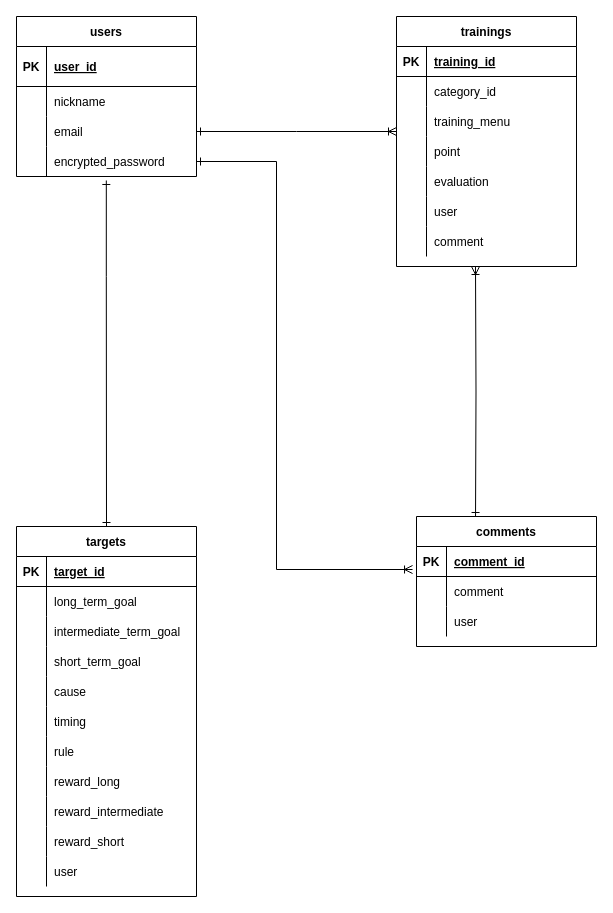
The draw.io diagram training.dio in toshi-1009/training-35041, before the edit. Source tidied: cells renumbered, new cells numbered last; positions are measured from the earlier drawing's top-left corner, leaving out a move shared by most shapes. Both pictures are drawn from the tidied source at 100%, with x=0, y=0 at pixel (16, 16).
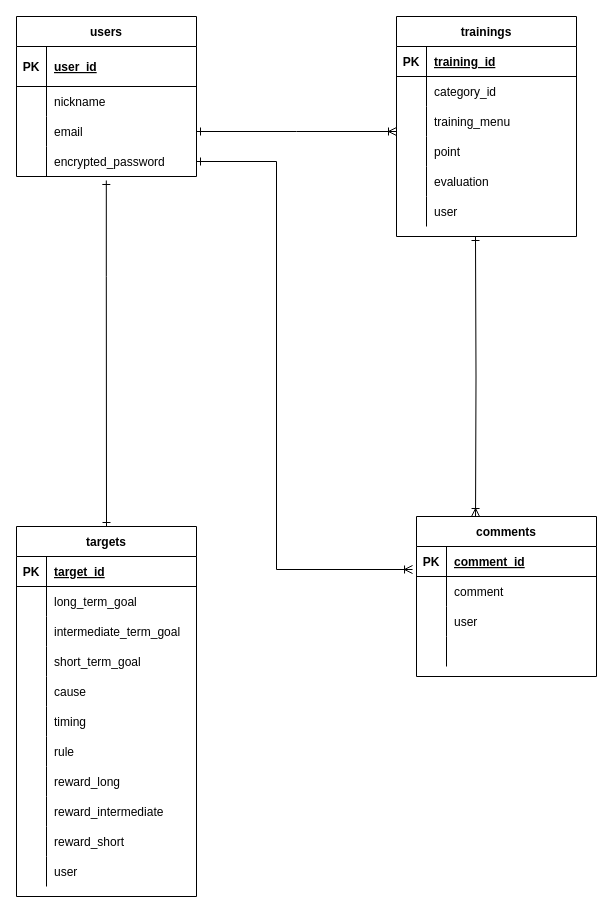
Above is the later version.

Change to the diagram source:
```diff
@@
     <mxCell id="15" value="trainings" style="shape=table;startSize=30;childLayout=tableLayout;rowLines=0;fontStyle=1;align=center;" parent="1" vertex="1">
-      <mxGeometry x="380" width="180" height="250" as="geometry" />
+      <mxGeometry x="380" width="180" height="220" as="geometry" />
     </mxCell>
@@
-    <mxCell id="34" style="shape=partialRectangle;fillColor=none;top=0;left=0;bottom=0;right=0;" parent="15" vertex="1">
-      <mxGeometry y="210" width="180" height="30" as="geometry" />
-    </mxCell>
-    <mxCell id="35" style="shape=partialRectangle;fillColor=none;top=0;left=0;bottom=0;right=0;overflow=hidden;" parent="34" vertex="1">
-      <mxGeometry width="30" height="30" as="geometry" />
-    </mxCell>
-    <mxCell id="36" value="comment" style="shape=partialRectangle;fillColor=none;top=0;left=0;bottom=0;right=0;align=left;spacingLeft=6;overflow=hidden;" parent="34" vertex="1">
-      <mxGeometry x="30" width="150" height="30" as="geometry" />
-    </mxCell>
@@
     <mxCell id="38" value="comments" style="shape=table;startSize=30;childLayout=tableLayout;rowLines=0;fontStyle=1;align=center;" parent="1" vertex="1">
-      <mxGeometry x="400" y="500" width="180" height="130" as="geometry" />
+      <mxGeometry x="400" y="500" width="180" height="160" as="geometry" />
     </mxCell>
@@
+    <mxCell id="86" style="shape=partialRectangle;fillColor=none;top=0;left=0;bottom=0;right=0;" parent="38" vertex="1">
+      <mxGeometry y="120" width="180" height="30" as="geometry" />
+    </mxCell>
+    <mxCell id="35" style="shape=partialRectangle;fillColor=none;top=0;left=0;bottom=0;right=0;overflow=hidden;" parent="86" vertex="1">
+      <mxGeometry width="30" height="30" as="geometry" />
+    </mxCell>
+    <mxCell id="87" style="shape=partialRectangle;fillColor=none;top=0;left=0;bottom=0;right=0;align=left;spacingLeft=6;overflow=hidden;" parent="86" vertex="1">
+      <mxGeometry x="30" width="150" height="30" as="geometry" />
+    </mxCell>
@@
-    <mxCell id="85" style="edgeStyle=orthogonalEdgeStyle;rounded=0;jettySize=auto;html=1;entryX=0.328;entryY=0;entryDx=0;entryDy=0;startArrow=ERoneToMany;startFill=0;endArrow=ERone;endFill=0;entryPerimeter=0;" parent="1" edge="1" target="38">
+    <mxCell id="85" style="edgeStyle=orthogonalEdgeStyle;rounded=0;jettySize=auto;html=1;entryX=0.328;entryY=0;entryDx=0;entryDy=0;startArrow=ERone;startFill=0;endArrow=ERoneToMany;endFill=0;entryPerimeter=0;" parent="1" edge="1" target="38">
       <mxGeometry relative="1" as="geometry">
-        <mxPoint x="459" y="250" as="sourcePoint" />
+        <mxPoint x="459" y="220" as="sourcePoint" />
       </mxGeometry>
     </mxCell>
```
